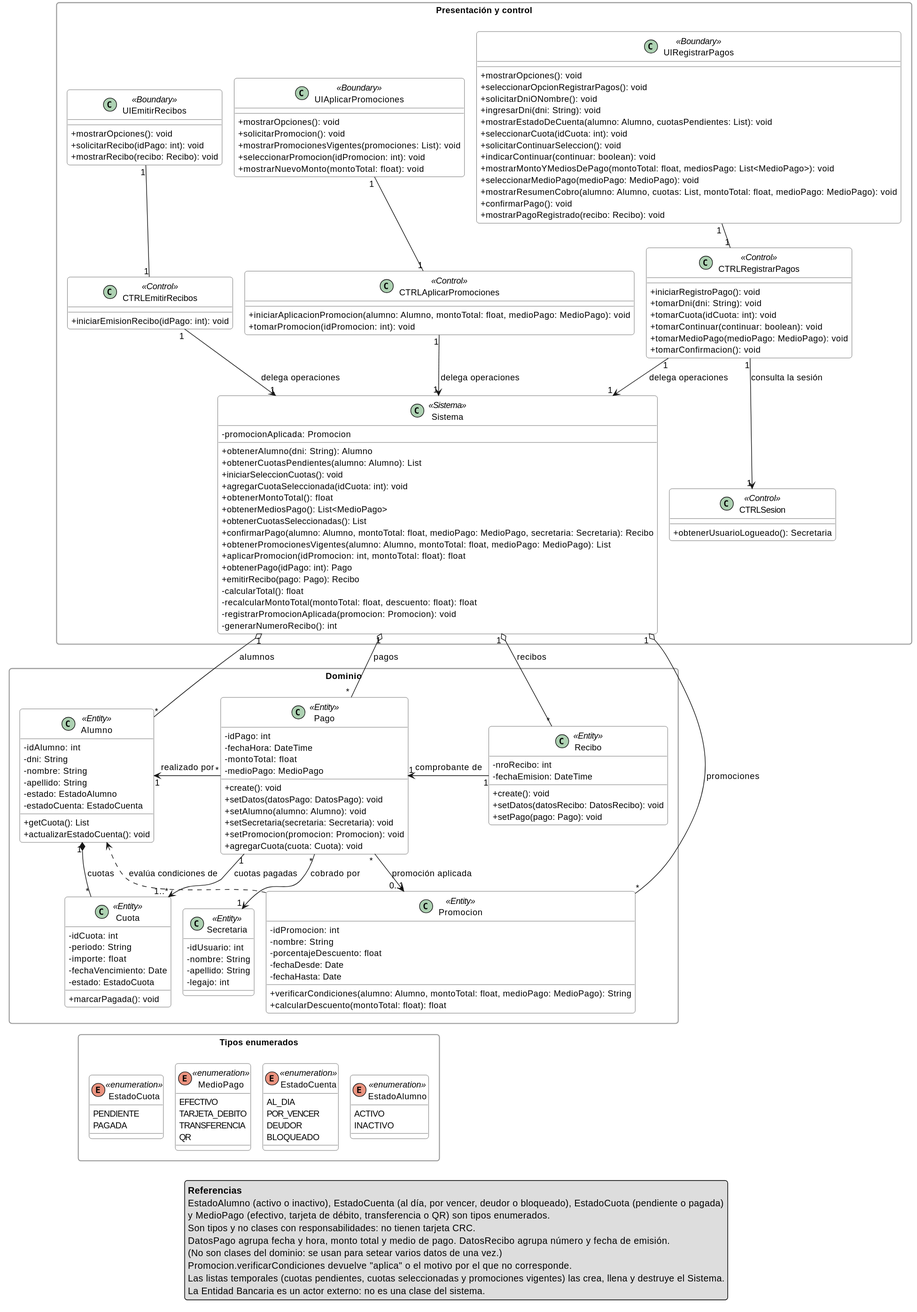
Above: tpi2/02-realizacion-cu/2_clases_registrar_pagos.svg in sandobaitt/TpDiseno (PlantUML), before the change.
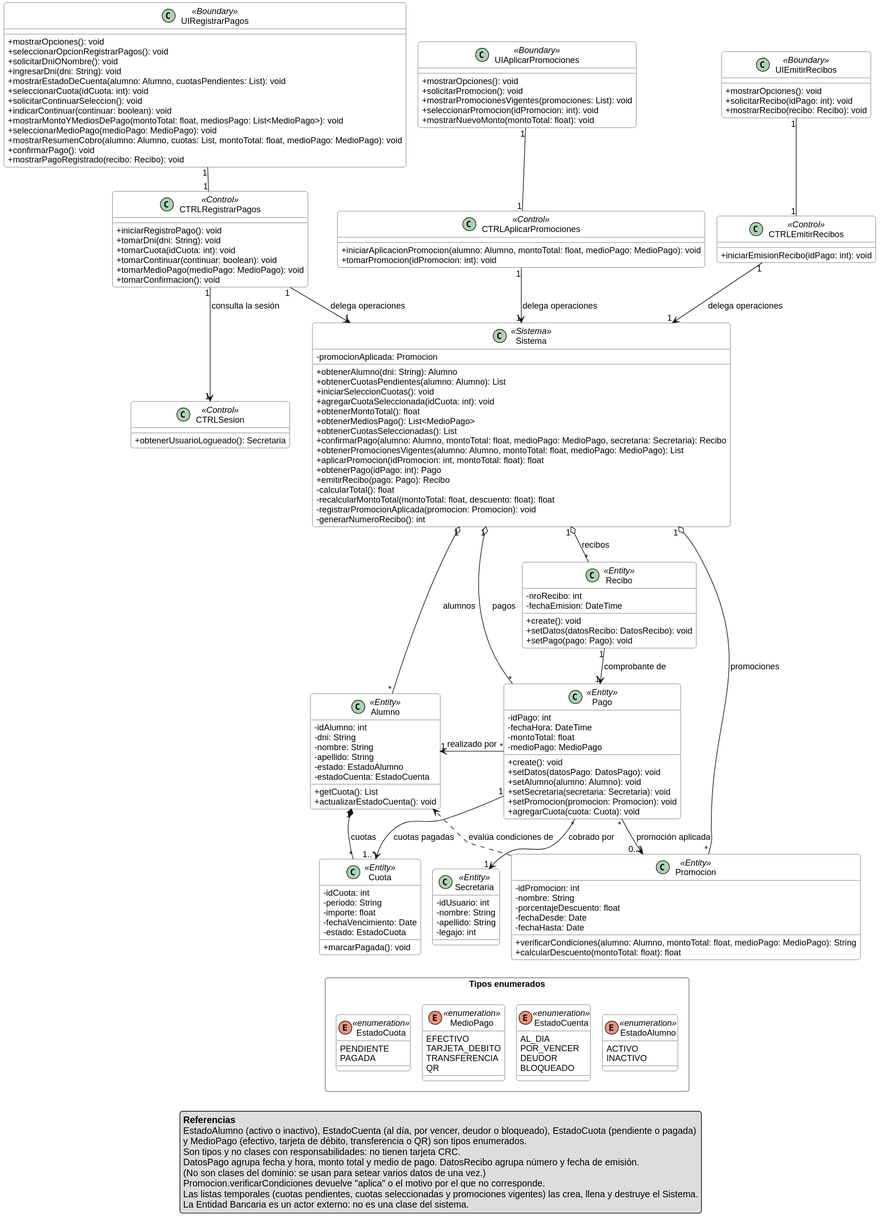
After the commit.

Diff of the diagram source:
```diff
@@ -2,6 +2,7 @@
 !pragma layout smetana
 !pragma layout smetana
 skinparam shadowing false
+skinparam defaultFontName Liberation Sans
 skinparam roundcorner 8
 skinparam classAttributeIconSize 0
 skinparam packageStyle rectangle
@@ -13,140 +14,134 @@
 skinparam NoteBorderColor #BBAA55
 
 
-package "Presentación y control" {
-
-    class UIRegistrarPagos <<Boundary>> {
-        + mostrarOpciones(): void
-        + seleccionarOpcionRegistrarPagos(): void
-        + solicitarDniONombre(): void
-        + ingresarDni(dni: String): void
-        + mostrarEstadoDeCuenta(alumno: Alumno, cuotasPendientes: List): void
-        + seleccionarCuota(idCuota: int): void
-        + solicitarContinuarSeleccion(): void
-        + indicarContinuar(continuar: boolean): void
-        + mostrarMontoYMediosDePago(montoTotal: float, mediosPago: List<MedioPago>): void
-        + seleccionarMedioPago(medioPago: MedioPago): void
-        + mostrarResumenCobro(alumno: Alumno, cuotas: List, montoTotal: float, medioPago: MedioPago): void
-        + confirmarPago(): void
-        + mostrarPagoRegistrado(recibo: Recibo): void
-    }
-
-    class CTRLRegistrarPagos <<Control>> {
-        + iniciarRegistroPago(): void
-        + tomarDni(dni: String): void
-        + tomarCuota(idCuota: int): void
-        + tomarContinuar(continuar: boolean): void
-        + tomarMedioPago(medioPago: MedioPago): void
-        + tomarConfirmacion(): void
-    }
-
-    class UIAplicarPromociones <<Boundary>> {
-        + mostrarOpciones(): void
-        + solicitarPromocion(): void
-        + mostrarPromocionesVigentes(promociones: List): void
-        + seleccionarPromocion(idPromocion: int): void
-        + mostrarNuevoMonto(montoTotal: float): void
-    }
-
-    class CTRLAplicarPromociones <<Control>> {
-        + iniciarAplicacionPromocion(alumno: Alumno, montoTotal: float, medioPago: MedioPago): void
-        + tomarPromocion(idPromocion: int): void
-    }
-
-    class UIEmitirRecibos <<Boundary>> {
-        + mostrarOpciones(): void
-        + solicitarRecibo(idPago: int): void
-        + mostrarRecibo(recibo: Recibo): void
-    }
-
-    class CTRLEmitirRecibos <<Control>> {
-        + iniciarEmisionRecibo(idPago: int): void
-    }
-
-    class CTRLSesion <<Control>> {
-        + obtenerUsuarioLogueado(): Secretaria
-    }
-
-    class Sistema <<Sistema>> {
-        - promocionAplicada: Promocion
-        + obtenerAlumno(dni: String): Alumno
-        + obtenerCuotasPendientes(alumno: Alumno): List
-        + iniciarSeleccionCuotas(): void
-        + agregarCuotaSeleccionada(idCuota: int): void
-        + obtenerMontoTotal(): float
-        + obtenerMediosPago(): List<MedioPago>
-        + obtenerCuotasSeleccionadas(): List
-        + confirmarPago(alumno: Alumno, montoTotal: float, medioPago: MedioPago, secretaria: Secretaria): Recibo
-        + obtenerPromocionesVigentes(alumno: Alumno, montoTotal: float, medioPago: MedioPago): List
-        + aplicarPromocion(idPromocion: int, montoTotal: float): float
-        + obtenerPago(idPago: int): Pago
-        + emitirRecibo(pago: Pago): Recibo
-        - calcularTotal(): float
-        - recalcularMontoTotal(montoTotal: float, descuento: float): float
-        - registrarPromocionAplicada(promocion: Promocion): void
-        - generarNumeroRecibo(): int
-    }
+class UIRegistrarPagos <<Boundary>> {
+    + mostrarOpciones(): void
+    + seleccionarOpcionRegistrarPagos(): void
+    + solicitarDniONombre(): void
+    + ingresarDni(dni: String): void
+    + mostrarEstadoDeCuenta(alumno: Alumno, cuotasPendientes: List): void
+    + seleccionarCuota(idCuota: int): void
+    + solicitarContinuarSeleccion(): void
+    + indicarContinuar(continuar: boolean): void
+    + mostrarMontoYMediosDePago(montoTotal: float, mediosPago: List<MedioPago>): void
+    + seleccionarMedioPago(medioPago: MedioPago): void
+    + mostrarResumenCobro(alumno: Alumno, cuotas: List, montoTotal: float, medioPago: MedioPago): void
+    + confirmarPago(): void
+    + mostrarPagoRegistrado(recibo: Recibo): void
 }
 
-package "Dominio" {
+class CTRLRegistrarPagos <<Control>> {
+    + iniciarRegistroPago(): void
+    + tomarDni(dni: String): void
+    + tomarCuota(idCuota: int): void
+    + tomarContinuar(continuar: boolean): void
+    + tomarMedioPago(medioPago: MedioPago): void
+    + tomarConfirmacion(): void
+}
 
-    class Alumno <<Entity>> {
-        - idAlumno: int
-        - dni: String
-        - nombre: String
-        - apellido: String
-        - estado: EstadoAlumno
-        - estadoCuenta: EstadoCuenta
-        + getCuota(): List
-        + actualizarEstadoCuenta(): void
-    }
+class UIAplicarPromociones <<Boundary>> {
+    + mostrarOpciones(): void
+    + solicitarPromocion(): void
+    + mostrarPromocionesVigentes(promociones: List): void
+    + seleccionarPromocion(idPromocion: int): void
+    + mostrarNuevoMonto(montoTotal: float): void
+}
 
-    class Cuota <<Entity>> {
-        - idCuota: int
-        - periodo: String
-        - importe: float
-        - fechaVencimiento: Date
-        - estado: EstadoCuota
-        + marcarPagada(): void
-    }
+class CTRLAplicarPromociones <<Control>> {
+    + iniciarAplicacionPromocion(alumno: Alumno, montoTotal: float, medioPago: MedioPago): void
+    + tomarPromocion(idPromocion: int): void
+}
 
-    class Pago <<Entity>> {
-        - idPago: int
-        - fechaHora: DateTime
-        - montoTotal: float
-        - medioPago: MedioPago
-        + create(): void
-        + setDatos(datosPago: DatosPago): void
-        + setAlumno(alumno: Alumno): void
-        + setSecretaria(secretaria: Secretaria): void
-        + setPromocion(promocion: Promocion): void
-        + agregarCuota(cuota: Cuota): void
-    }
+class UIEmitirRecibos <<Boundary>> {
+    + mostrarOpciones(): void
+    + solicitarRecibo(idPago: int): void
+    + mostrarRecibo(recibo: Recibo): void
+}
 
-    class Recibo <<Entity>> {
-        - nroRecibo: int
-        - fechaEmision: DateTime
-        + create(): void
-        + setDatos(datosRecibo: DatosRecibo): void
-        + setPago(pago: Pago): void
-    }
+class CTRLEmitirRecibos <<Control>> {
+    + iniciarEmisionRecibo(idPago: int): void
+}
 
-    class Promocion <<Entity>> {
-        - idPromocion: int
-        - nombre: String
-        - porcentajeDescuento: float
-        - fechaDesde: Date
-        - fechaHasta: Date
-        + verificarCondiciones(alumno: Alumno, montoTotal: float, medioPago: MedioPago): String
-        + calcularDescuento(montoTotal: float): float
-    }
+class CTRLSesion <<Control>> {
+    + obtenerUsuarioLogueado(): Secretaria
+}
 
-    class Secretaria <<Entity>> {
-        - idUsuario: int
-        - nombre: String
-        - apellido: String
-        - legajo: int
-    }
+class Sistema <<Sistema>> {
+    - promocionAplicada: Promocion
+    + obtenerAlumno(dni: String): Alumno
+    + obtenerCuotasPendientes(alumno: Alumno): List
+    + iniciarSeleccionCuotas(): void
+    + agregarCuotaSeleccionada(idCuota: int): void
+    + obtenerMontoTotal(): float
+    + obtenerMediosPago(): List<MedioPago>
+    + obtenerCuotasSeleccionadas(): List
+    + confirmarPago(alumno: Alumno, montoTotal: float, medioPago: MedioPago, secretaria: Secretaria): Recibo
+    + obtenerPromocionesVigentes(alumno: Alumno, montoTotal: float, medioPago: MedioPago): List
+    + aplicarPromocion(idPromocion: int, montoTotal: float): float
+    + obtenerPago(idPago: int): Pago
+    + emitirRecibo(pago: Pago): Recibo
+    - calcularTotal(): float
+    - recalcularMontoTotal(montoTotal: float, descuento: float): float
+    - registrarPromocionAplicada(promocion: Promocion): void
+    - generarNumeroRecibo(): int
+}
+
+class Alumno <<Entity>> {
+    - idAlumno: int
+    - dni: String
+    - nombre: String
+    - apellido: String
+    - estado: EstadoAlumno
+    - estadoCuenta: EstadoCuenta
+    + getCuota(): List
+    + actualizarEstadoCuenta(): void
+}
+
+class Cuota <<Entity>> {
+    - idCuota: int
+    - periodo: String
+    - importe: float
+    - fechaVencimiento: Date
+    - estado: EstadoCuota
+    + marcarPagada(): void
+}
+
+class Pago <<Entity>> {
+    - idPago: int
+    - fechaHora: DateTime
+    - montoTotal: float
+    - medioPago: MedioPago
+    + create(): void
+    + setDatos(datosPago: DatosPago): void
+    + setAlumno(alumno: Alumno): void
+    + setSecretaria(secretaria: Secretaria): void
+    + setPromocion(promocion: Promocion): void
+    + agregarCuota(cuota: Cuota): void
+}
+
+class Recibo <<Entity>> {
+    - nroRecibo: int
+    - fechaEmision: DateTime
+    + create(): void
+    + setDatos(datosRecibo: DatosRecibo): void
+    + setPago(pago: Pago): void
+}
+
+class Promocion <<Entity>> {
+    - idPromocion: int
+    - nombre: String
+    - porcentajeDescuento: float
+    - fechaDesde: Date
+    - fechaHasta: Date
+    + verificarCondiciones(alumno: Alumno, montoTotal: float, medioPago: MedioPago): String
+    + calcularDescuento(montoTotal: float): float
+}
+
+class Secretaria <<Entity>> {
+    - idUsuario: int
+    - nombre: String
+    - apellido: String
+    - legajo: int
 }
 
 package "Tipos enumerados" {
@@ -190,7 +185,7 @@
 Sistema "1" o-- "*" Promocion : promociones
 
 Pago "*" -left-> "1" Alumno : realizado por
-Recibo "1" -left-> "1" Pago : comprobante de
+Recibo "1" --> "1" Pago : comprobante de
 Alumno "1" *-down- "*" Cuota : cuotas
 Pago "1" -down-> "1..*" Cuota : cuotas pagadas
 Pago "*" -down-> "1" Secretaria : cobrado por
```
